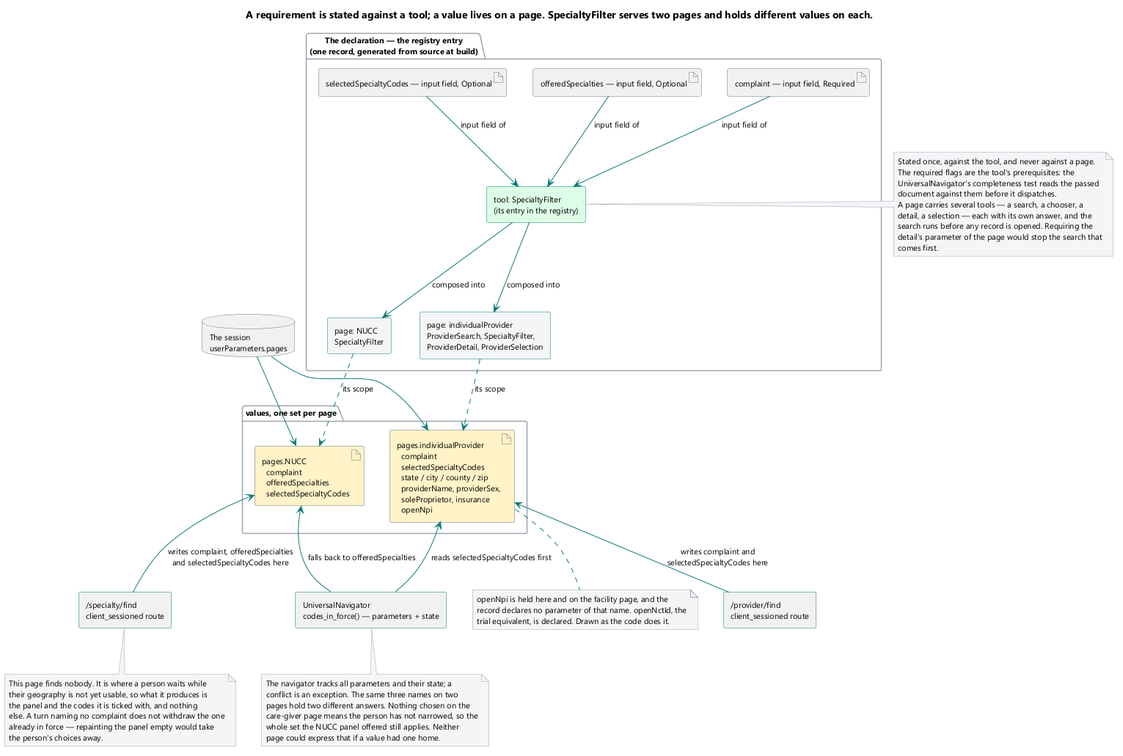
The PlantUML diagram brain/machine_artifacts/diagramsAndImages/rendered/fc_pages_and_values.png in SkipSnow/ChatHealthyRepo, before a commit.
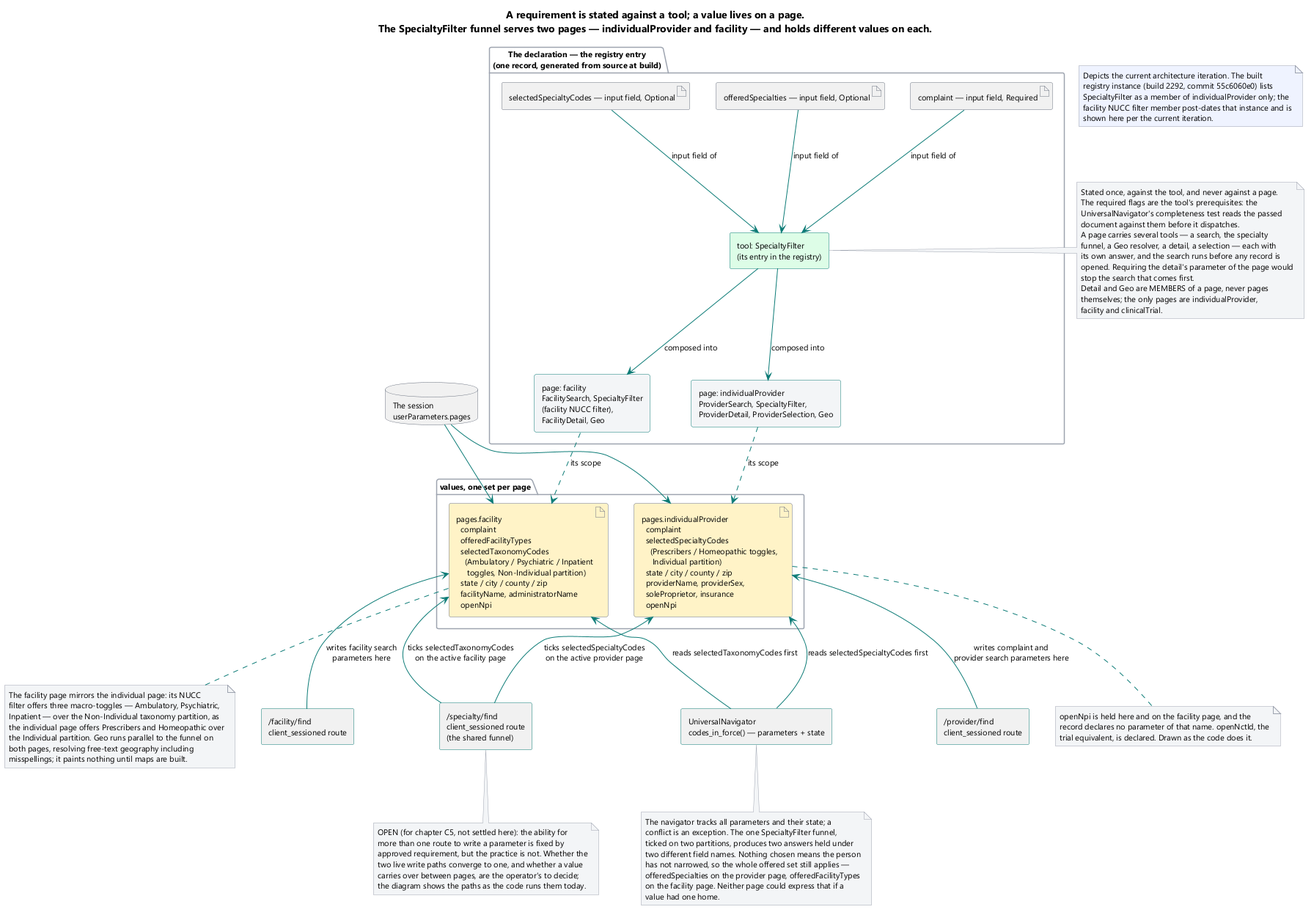
After the commit.

Change to the diagram source:
```diff
@@ -12,7 +12,7 @@
 skinparam PackageBorderColor #9ca3af
 skinparam ArtifactBorderColor #6b7280
 
-title A requirement is stated against a tool; a value lives on a page. SpecialtyFilter serves two pages and holds different values on each.
+title A requirement is stated against a tool; a value lives on a page.\nThe SpecialtyFilter funnel serves two pages — individualProvider and facility — and holds different values on each.
 
 package "The declaration — the registry entry\n(one record, generated from source at build)" {
   component "tool: SpecialtyFilter\n(its entry in the registry)" as Tool #dcfce7
@@ -21,8 +21,8 @@
   artifact "offeredSpecialties — input field, Optional" as POffered
   artifact "selectedSpecialtyCodes — input field, Optional" as PSelected
 
-  component "page: individualProvider\nProviderSearch, SpecialtyFilter,\nProviderDetail, ProviderSelection" as PageIP #f3f4f6
-  component "page: NUCC\nSpecialtyFilter" as PageNUCC #f3f4f6
+  component "page: individualProvider\nProviderSearch, SpecialtyFilter,\nProviderDetail, ProviderSelection, Geo" as PageIP #f3f4f6
+  component "page: facility\nFacilitySearch, SpecialtyFilter\n(facility NUCC filter),\nFacilityDetail, Geo" as PageFAC #f3f4f6
 }
 
 PComplaint -down-> Tool : input field of
@@ -30,51 +30,59 @@
 PSelected -down-> Tool : input field of
 
 Tool -down-> PageIP : composed into
-Tool -down-> PageNUCC : composed into
+Tool -down-> PageFAC : composed into
 
 note right of Tool
   Stated once, against the tool, and never against a page.
   The required flags are the tool's prerequisites: the
   UniversalNavigator's completeness test reads the passed
   document against them before it dispatches.
-  A page carries several tools — a search, a chooser, a
-  detail, a selection — each with its own answer, and the
-  search runs before any record is opened. Requiring the
-  detail's parameter of the page would stop the search that
-  comes first.
+  A page carries several tools — a search, the specialty
+  funnel, a Geo resolver, a detail, a selection — each with
+  its own answer, and the search runs before any record is
+  opened. Requiring the detail's parameter of the page would
+  stop the search that comes first.
+  Detail and Geo are MEMBERS of a page, never pages
+  themselves; the only pages are individualProvider,
+  facility and clinicalTrial.
 end note
 
 database "The session\nuserParameters.pages" as Session
 
 package "values, one set per page" {
-  artifact "pages.individualProvider\n  complaint\n  selectedSpecialtyCodes\n  state / city / county / zip\n  providerName, providerSex,\n  soleProprietor, insurance\n  openNpi" as VIP #fef3c7
-  artifact "pages.NUCC\n  complaint\n  offeredSpecialties\n  selectedSpecialtyCodes" as VNUCC #fef3c7
+  artifact "pages.individualProvider\n  complaint\n  selectedSpecialtyCodes\n    (Prescribers / Homeopathic toggles,\n     Individual partition)\n  state / city / county / zip\n  providerName, providerSex,\n  soleProprietor, insurance\n  openNpi" as VIP #fef3c7
+  artifact "pages.facility\n  complaint\n  offeredFacilityTypes\n  selectedTaxonomyCodes\n    (Ambulatory / Psychiatric / Inpatient\n     toggles, Non-Individual partition)\n  state / city / county / zip\n  facilityName, administratorName\n  openNpi" as VFAC #fef3c7
 }
 
 Session -down-> VIP
-Session -down-> VNUCC
+Session -down-> VFAC
 
 PageIP ..> VIP : its scope
-PageNUCC ..> VNUCC : its scope
+PageFAC ..> VFAC : its scope
 
 component "/provider/find\nclient_sessioned route" as RIP
-component "/specialty/find\nclient_sessioned route" as RNUCC
+component "/facility/find\nclient_sessioned route" as RFAC
+component "/specialty/find\nclient_sessioned route\n(the shared funnel)" as RSF
 
-RIP -up-> VIP : writes complaint and\nselectedSpecialtyCodes here
-RNUCC -up-> VNUCC : writes complaint, offeredSpecialties\nand selectedSpecialtyCodes here
+RIP -up-> VIP : writes complaint and\nprovider search parameters here
+RFAC -up-> VFAC : writes facility search\nparameters here
+RSF -up-> VIP : ticks selectedSpecialtyCodes\non the active provider page
+RSF -up-> VFAC : ticks selectedTaxonomyCodes\non the active facility page
 
 component "UniversalNavigator\ncodes_in_force() — parameters + state" as Reader
 
 Reader -up-> VIP : reads selectedSpecialtyCodes first
-Reader -up-> VNUCC : falls back to offeredSpecialties
+Reader -up-> VFAC : reads selectedTaxonomyCodes first
 
 note bottom of Reader
   The navigator tracks all parameters and their state; a
-  conflict is an exception. The same three names on two
-  pages hold two different answers. Nothing chosen on the
-  care-giver page means the person has not narrowed, so the
-  whole set the NUCC panel offered still applies. Neither
-  page could express that if a value had one home.
+  conflict is an exception. The one SpecialtyFilter funnel,
+  ticked on two partitions, produces two answers held under
+  two different field names. Nothing chosen means the person
+  has not narrowed, so the whole offered set still applies —
+  offeredSpecialties on the provider page, offeredFacilityTypes
+  on the facility page. Neither page could express that if a
+  value had one home.
 end note
 
 note bottom of VIP
@@ -83,13 +91,31 @@
   trial equivalent, is declared. Drawn as the code does it.
 end note
 
-note bottom of RNUCC
-  This page finds nobody. It is where a person waits while
-  their geography is not yet usable, so what it produces is
-  the panel and the codes it is ticked with, and nothing
-  else. A turn naming no complaint does not withdraw the one
-  already in force — repainting the panel empty would take
-  the person's choices away.
+note bottom of VFAC
+  The facility page mirrors the individual page: its NUCC
+  filter offers three macro-toggles — Ambulatory, Psychiatric,
+  Inpatient — over the Non-Individual taxonomy partition, as
+  the individual page offers Prescribers and Homeopathic over
+  the Individual partition. Geo runs parallel to the funnel on
+  both pages, resolving free-text geography including
+  misspellings; it paints nothing until maps are built.
+end note
+
+note bottom of RSF
+  OPEN (for chapter C5, not settled here): the ability for
+  more than one route to write a parameter is fixed by
+  approved requirement, but the practice is not. Whether the
+  two live write paths converge to one, and whether a value
+  carries over between pages, are the operator's to decide;
+  the diagram shows the paths as the code runs them today.
+end note
+
+note as Footnote #eef2ff
+  Depicts the current architecture iteration. The built
+  registry instance (build 2292, commit 55c6060e0) lists
+  SpecialtyFilter as a member of individualProvider only; the
+  facility NUCC filter member post-dates that instance and is
+  shown here per the current iteration.
 end note
 
 @enduml
```
